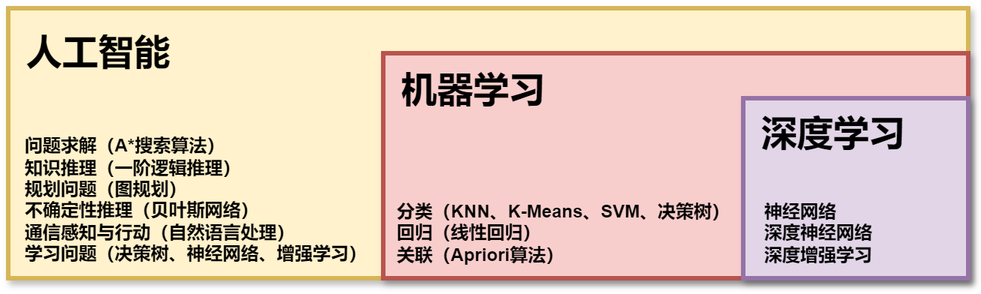
Before: images/深度学习包含图.png, a diagram exported from draw.io (sonder10110/sonder10110.github.io). Source tidied: cells renumbered, new cells last; positions are measured from the earlier drawing's top-left corner, leaving out a move shared by most shapes. Its diagram source:
```xml
<mxGraphModel>
  <root>
    <mxCell id="0" />
    <mxCell id="1" parent="0" />
    <mxCell id="2" style="rounded=0;whiteSpace=wrap;html=1;fillStyle=auto;shadow=1;strokeWidth=3;fillColor=#fff2cc;strokeColor=#d6b656;" parent="1" vertex="1">
      <mxGeometry width="640" height="180" as="geometry" />
    </mxCell>
    <mxCell id="3" value="人工智能" style="text;strokeColor=none;fillColor=none;html=1;fontSize=24;fontStyle=1;verticalAlign=middle;align=center;" parent="1" vertex="1">
      <mxGeometry x="10" y="10" width="100" height="40" as="geometry" />
    </mxCell>
    <mxCell id="4" value="&lt;div style=&quot;text-align: left;&quot;&gt;&lt;span style=&quot;background-color: initial;&quot;&gt;&lt;b&gt;问题求解（A*搜索算法）&lt;/b&gt;&lt;/span&gt;&lt;/div&gt;&lt;div style=&quot;text-align: left;&quot;&gt;&lt;b&gt;知识推理（一阶逻辑推理）&lt;/b&gt;&lt;/div&gt;&lt;div style=&quot;text-align: left;&quot;&gt;&lt;b&gt;规划问题（图规划）&lt;/b&gt;&lt;/div&gt;&lt;div style=&quot;text-align: left;&quot;&gt;&lt;b&gt;不确定性推理（贝叶斯网络）&lt;/b&gt;&lt;/div&gt;&lt;div style=&quot;text-align: left;&quot;&gt;&lt;b&gt;通信感知与行动（自然语言处理）&lt;/b&gt;&lt;/div&gt;&lt;div style=&quot;text-align: left;&quot;&gt;&lt;b&gt;学习问题（决策树、神经网络、增强学习）&lt;/b&gt;&lt;/div&gt;&lt;div style=&quot;text-align: left;&quot;&gt;&lt;br&gt;&lt;/div&gt;" style="text;html=1;align=center;verticalAlign=middle;strokeColor=none;fillColor=none;" parent="1" vertex="1">
      <mxGeometry y="80" width="250" height="110" as="geometry" />
    </mxCell>
    <mxCell id="5" style="rounded=0;whiteSpace=wrap;html=1;fillStyle=auto;shadow=1;strokeWidth=3;fillColor=#f8cecc;strokeColor=#b85450;" parent="1" vertex="1">
      <mxGeometry x="250" y="30" width="390" height="150" as="geometry" />
    </mxCell>
    <mxCell id="6" value="机器学习" style="text;strokeColor=none;fillColor=none;html=1;fontSize=24;fontStyle=1;verticalAlign=middle;align=center;" parent="1" vertex="1">
      <mxGeometry x="260" y="35" width="100" height="40" as="geometry" />
    </mxCell>
    <mxCell id="7" value="&lt;div style=&quot;text-align: left;&quot;&gt;&lt;b&gt;分类（KNN、K-Means、SVM、决策树）&lt;/b&gt;&lt;/div&gt;&lt;div style=&quot;text-align: left;&quot;&gt;&lt;b&gt;回归（线性回归）&lt;/b&gt;&lt;/div&gt;&lt;div style=&quot;text-align: left;&quot;&gt;&lt;b&gt;关联（Apriori算法）&lt;/b&gt;&lt;/div&gt;" style="text;html=1;align=center;verticalAlign=middle;strokeColor=none;fillColor=none;" parent="1" vertex="1">
      <mxGeometry x="245" y="120" width="250" height="60" as="geometry" />
    </mxCell>
    <mxCell id="8" style="rounded=0;whiteSpace=wrap;html=1;fillStyle=auto;shadow=1;strokeWidth=3;fillColor=#e1d5e7;strokeColor=#9673a6;" parent="1" vertex="1">
      <mxGeometry x="490" y="60" width="150" height="120" as="geometry" />
    </mxCell>
    <mxCell id="9" value="深度学习" style="text;strokeColor=none;fillColor=none;html=1;fontSize=24;fontStyle=1;verticalAlign=middle;align=center;" parent="1" vertex="1">
      <mxGeometry x="500" y="64" width="100" height="40" as="geometry" />
    </mxCell>
    <mxCell id="10" value="&lt;div style=&quot;text-align: left;&quot;&gt;&lt;b&gt;神经网络&lt;/b&gt;&lt;/div&gt;&lt;div style=&quot;text-align: left;&quot;&gt;&lt;b&gt;深度神经网络&lt;/b&gt;&lt;/div&gt;&lt;div style=&quot;text-align: left;&quot;&gt;&lt;b&gt;深度增强学习&lt;/b&gt;&lt;/div&gt;" style="text;html=1;align=center;verticalAlign=middle;strokeColor=none;fillColor=none;" parent="1" vertex="1">
      <mxGeometry x="490" y="120" width="100" height="60" as="geometry" />
    </mxCell>
  </root>
</mxGraphModel>
```
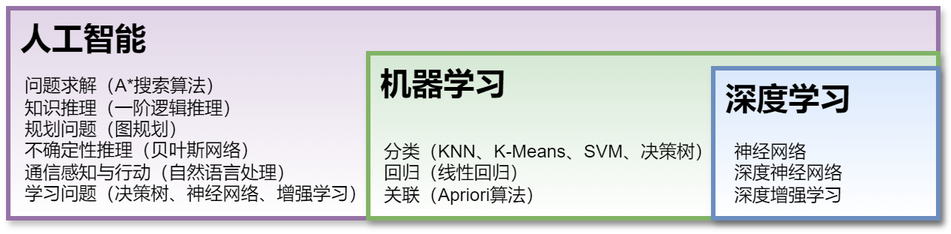
After the commit.

Diff of the diagram source:
```diff
@@ -2,31 +2,31 @@
   <root>
     <mxCell id="0" />
     <mxCell id="1" parent="0" />
-    <mxCell id="2" style="rounded=0;whiteSpace=wrap;html=1;fillStyle=auto;shadow=1;strokeWidth=3;fillColor=#fff2cc;strokeColor=#d6b656;" parent="1" vertex="1">
-      <mxGeometry width="640" height="180" as="geometry" />
+    <mxCell id="2" style="rounded=0;whiteSpace=wrap;html=1;fillStyle=auto;shadow=1;strokeWidth=3;fillColor=#e1d5e7;strokeColor=#9673a6;gradientDirection=south;gradientColor=#FFFFFF;" parent="1" vertex="1">
+      <mxGeometry x="20" y="40" width="620" height="140" as="geometry" />
     </mxCell>
-    <mxCell id="3" value="人工智能" style="text;strokeColor=none;fillColor=none;html=1;fontSize=24;fontStyle=1;verticalAlign=middle;align=center;" parent="1" vertex="1">
-      <mxGeometry x="10" y="10" width="100" height="40" as="geometry" />
+    <mxCell id="3" value="&lt;font style=&quot;font-size: 21px;&quot;&gt;人工智能&lt;/font&gt;" style="text;strokeColor=none;fillColor=none;html=1;fontSize=24;fontStyle=1;verticalAlign=middle;align=center;" parent="1" vertex="1">
+      <mxGeometry x="20" y="40" width="100" height="40" as="geometry" />
     </mxCell>
-    <mxCell id="4" value="&lt;div style=&quot;text-align: left;&quot;&gt;&lt;span style=&quot;background-color: initial;&quot;&gt;&lt;b&gt;问题求解（A*搜索算法）&lt;/b&gt;&lt;/span&gt;&lt;/div&gt;&lt;div style=&quot;text-align: left;&quot;&gt;&lt;b&gt;知识推理（一阶逻辑推理）&lt;/b&gt;&lt;/div&gt;&lt;div style=&quot;text-align: left;&quot;&gt;&lt;b&gt;规划问题（图规划）&lt;/b&gt;&lt;/div&gt;&lt;div style=&quot;text-align: left;&quot;&gt;&lt;b&gt;不确定性推理（贝叶斯网络）&lt;/b&gt;&lt;/div&gt;&lt;div style=&quot;text-align: left;&quot;&gt;&lt;b&gt;通信感知与行动（自然语言处理）&lt;/b&gt;&lt;/div&gt;&lt;div style=&quot;text-align: left;&quot;&gt;&lt;b&gt;学习问题（决策树、神经网络、增强学习）&lt;/b&gt;&lt;/div&gt;&lt;div style=&quot;text-align: left;&quot;&gt;&lt;br&gt;&lt;/div&gt;" style="text;html=1;align=center;verticalAlign=middle;strokeColor=none;fillColor=none;" parent="1" vertex="1">
-      <mxGeometry y="80" width="250" height="110" as="geometry" />
+    <mxCell id="4" value="&lt;div style=&quot;text-align: left;&quot;&gt;&lt;span style=&quot;background-color: initial;&quot;&gt;问题求解（A*搜索算法）&lt;/span&gt;&lt;/div&gt;&lt;div style=&quot;text-align: left;&quot;&gt;知识推理（一阶逻辑推理）&lt;/div&gt;&lt;div style=&quot;text-align: left;&quot;&gt;规划问题（图规划）&lt;/div&gt;&lt;div style=&quot;text-align: left;&quot;&gt;不确定性推理（贝叶斯网络）&lt;/div&gt;&lt;div style=&quot;text-align: left;&quot;&gt;通信感知与行动（自然语言处理）&lt;/div&gt;&lt;div style=&quot;text-align: left;&quot;&gt;学习问题（决策树、神经网络、增强学习）&lt;/div&gt;&lt;div style=&quot;text-align: left;&quot;&gt;&lt;br&gt;&lt;/div&gt;" style="text;html=1;align=center;verticalAlign=middle;strokeColor=none;fillColor=none;" parent="1" vertex="1">
+      <mxGeometry x="20" y="80" width="250" height="110" as="geometry" />
     </mxCell>
-    <mxCell id="5" style="rounded=0;whiteSpace=wrap;html=1;fillStyle=auto;shadow=1;strokeWidth=3;fillColor=#f8cecc;strokeColor=#b85450;" parent="1" vertex="1">
-      <mxGeometry x="250" y="30" width="390" height="150" as="geometry" />
+    <mxCell id="5" style="rounded=0;whiteSpace=wrap;html=1;fillStyle=auto;shadow=1;strokeWidth=3;fillColor=#d5e8d4;strokeColor=#82b366;gradientColor=#FFFFFF;" parent="1" vertex="1">
+      <mxGeometry x="260" y="70" width="380" height="110" as="geometry" />
     </mxCell>
-    <mxCell id="6" value="机器学习" style="text;strokeColor=none;fillColor=none;html=1;fontSize=24;fontStyle=1;verticalAlign=middle;align=center;" parent="1" vertex="1">
-      <mxGeometry x="260" y="35" width="100" height="40" as="geometry" />
+    <mxCell id="6" value="&lt;font style=&quot;font-size: 21px;&quot;&gt;机器学习&lt;/font&gt;" style="text;strokeColor=none;fillColor=none;html=1;fontSize=24;fontStyle=1;verticalAlign=middle;align=center;" parent="1" vertex="1">
+      <mxGeometry x="260" y="70" width="100" height="40" as="geometry" />
     </mxCell>
-    <mxCell id="7" value="&lt;div style=&quot;text-align: left;&quot;&gt;&lt;b&gt;分类（KNN、K-Means、SVM、决策树）&lt;/b&gt;&lt;/div&gt;&lt;div style=&quot;text-align: left;&quot;&gt;&lt;b&gt;回归（线性回归）&lt;/b&gt;&lt;/div&gt;&lt;div style=&quot;text-align: left;&quot;&gt;&lt;b&gt;关联（Apriori算法）&lt;/b&gt;&lt;/div&gt;" style="text;html=1;align=center;verticalAlign=middle;strokeColor=none;fillColor=none;" parent="1" vertex="1">
-      <mxGeometry x="245" y="120" width="250" height="60" as="geometry" />
+    <mxCell id="7" value="&lt;div style=&quot;text-align: left;&quot;&gt;分类（KNN、K-Means、SVM、决策树）&lt;/div&gt;&lt;div style=&quot;text-align: left;&quot;&gt;回归（线性回归）&lt;/div&gt;&lt;div style=&quot;text-align: left;&quot;&gt;关联（Apriori算法）&lt;/div&gt;" style="text;html=1;align=center;verticalAlign=middle;strokeColor=none;fillColor=none;" parent="1" vertex="1">
+      <mxGeometry x="260" y="120" width="240" height="60" as="geometry" />
     </mxCell>
-    <mxCell id="8" style="rounded=0;whiteSpace=wrap;html=1;fillStyle=auto;shadow=1;strokeWidth=3;fillColor=#e1d5e7;strokeColor=#9673a6;" parent="1" vertex="1">
-      <mxGeometry x="490" y="60" width="150" height="120" as="geometry" />
+    <mxCell id="8" style="rounded=0;whiteSpace=wrap;html=1;fillStyle=auto;shadow=1;strokeWidth=3;fillColor=#dae8fc;strokeColor=#6c8ebf;gradientColor=#FFFFFF;" parent="1" vertex="1">
+      <mxGeometry x="490" y="80" width="150" height="100" as="geometry" />
     </mxCell>
-    <mxCell id="9" value="深度学习" style="text;strokeColor=none;fillColor=none;html=1;fontSize=24;fontStyle=1;verticalAlign=middle;align=center;" parent="1" vertex="1">
-      <mxGeometry x="500" y="64" width="100" height="40" as="geometry" />
+    <mxCell id="9" value="&lt;font style=&quot;font-size: 21px;&quot;&gt;深度学习&lt;/font&gt;" style="text;strokeColor=none;fillColor=none;html=1;fontSize=24;fontStyle=1;verticalAlign=middle;align=center;" parent="1" vertex="1">
+      <mxGeometry x="490" y="80" width="100" height="40" as="geometry" />
     </mxCell>
-    <mxCell id="10" value="&lt;div style=&quot;text-align: left;&quot;&gt;&lt;b&gt;神经网络&lt;/b&gt;&lt;/div&gt;&lt;div style=&quot;text-align: left;&quot;&gt;&lt;b&gt;深度神经网络&lt;/b&gt;&lt;/div&gt;&lt;div style=&quot;text-align: left;&quot;&gt;&lt;b&gt;深度增强学习&lt;/b&gt;&lt;/div&gt;" style="text;html=1;align=center;verticalAlign=middle;strokeColor=none;fillColor=none;" parent="1" vertex="1">
+    <mxCell id="10" value="&lt;div style=&quot;text-align: left;&quot;&gt;神经网络&lt;/div&gt;&lt;div style=&quot;text-align: left;&quot;&gt;深度神经网络&lt;/div&gt;&lt;div style=&quot;text-align: left;&quot;&gt;深度增强学习&lt;/div&gt;" style="text;html=1;align=center;verticalAlign=middle;strokeColor=none;fillColor=none;" parent="1" vertex="1">
       <mxGeometry x="490" y="120" width="100" height="60" as="geometry" />
     </mxCell>
   </root>
```
